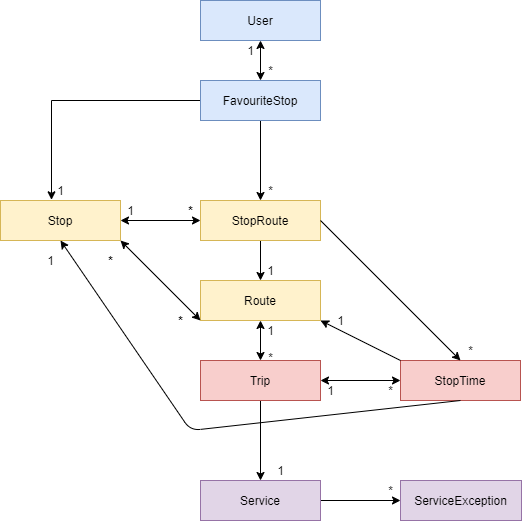
This is content/diagram.png from danielholmes839/OC-Transpo-GraphQL, a draw.io export, as it was before one commit. Source tidied: cells renumbered, new cells last; positions are measured from the earlier drawing's top-left corner, leaving out a move shared by most shapes. The source it was exported from:
```xml
<mxGraphModel>
  <root>
    <mxCell id="0" />
    <mxCell id="1" parent="0" />
    <mxCell id="2" value="User" style="rounded=0;whiteSpace=wrap;html=1;fillColor=#dae8fc;strokeColor=#6c8ebf;" parent="1" vertex="1">
      <mxGeometry x="200" width="120" height="40" as="geometry" />
    </mxCell>
    <mxCell id="3" style="edgeStyle=orthogonalEdgeStyle;rounded=0;jettySize=auto;html=1;exitX=0;exitY=0.5;exitDx=0;exitDy=0;entryX=0.425;entryY=-0.017;entryDx=0;entryDy=0;entryPerimeter=0;" parent="1" edge="1" source="5" target="10">
      <mxGeometry relative="1" as="geometry" />
    </mxCell>
    <mxCell id="4" style="edgeStyle=orthogonalEdgeStyle;rounded=0;jettySize=auto;html=1;exitX=0.5;exitY=1;exitDx=0;exitDy=0;entryX=0.5;entryY=0;entryDx=0;entryDy=0;" parent="1" edge="1" source="5" target="9">
      <mxGeometry relative="1" as="geometry" />
    </mxCell>
    <mxCell id="5" value="FavouriteStop" style="rounded=0;whiteSpace=wrap;html=1;fillColor=#dae8fc;strokeColor=#6c8ebf;" parent="1" vertex="1">
      <mxGeometry x="200" y="80" width="120" height="40" as="geometry" />
    </mxCell>
    <mxCell id="6" value="*&lt;br&gt;" style="text;html=1;align=center;verticalAlign=middle;" parent="1" vertex="1">
      <mxGeometry x="260" y="60" width="20" height="20" as="geometry" />
    </mxCell>
    <mxCell id="7" value="1&lt;br&gt;" style="text;html=1;align=center;verticalAlign=middle;" parent="1" vertex="1">
      <mxGeometry x="240" y="40" width="20" height="20" as="geometry" />
    </mxCell>
    <mxCell id="8" style="edgeStyle=orthogonalEdgeStyle;rounded=0;jettySize=auto;html=1;exitX=0.5;exitY=1;exitDx=0;exitDy=0;entryX=0.5;entryY=0;entryDx=0;entryDy=0;" parent="1" edge="1" source="9" target="11">
      <mxGeometry relative="1" as="geometry" />
    </mxCell>
    <mxCell id="9" value="StopRoute" style="rounded=0;whiteSpace=wrap;html=1;fillColor=#fff2cc;strokeColor=#d6b656;" parent="1" vertex="1">
      <mxGeometry x="200" y="200" width="120" height="40" as="geometry" />
    </mxCell>
    <mxCell id="10" value="Stop" style="rounded=0;whiteSpace=wrap;html=1;fillColor=#fff2cc;strokeColor=#d6b656;" parent="1" vertex="1">
      <mxGeometry y="200" width="120" height="40" as="geometry" />
    </mxCell>
    <mxCell id="11" value="Route" style="rounded=0;whiteSpace=wrap;html=1;fillColor=#fff2cc;strokeColor=#d6b656;" parent="1" vertex="1">
      <mxGeometry x="200" y="280" width="120" height="40" as="geometry" />
    </mxCell>
    <mxCell id="12" value="1&lt;br&gt;" style="text;html=1;align=center;verticalAlign=middle;" parent="1" vertex="1">
      <mxGeometry x="120" y="200" width="20" height="20" as="geometry" />
    </mxCell>
    <mxCell id="13" style="endArrow=classic;startArrow=classic;html=1;exitX=1;exitY=0.5;exitDx=0;exitDy=0;entryX=0;entryY=0.5;entryDx=0;entryDy=0;" parent="1" edge="1" source="10" target="9">
      <mxGeometry relative="1" as="geometry" />
    </mxCell>
    <mxCell id="14" value="&lt;b&gt;*&lt;/b&gt;" style="text;html=1;align=center;verticalAlign=middle;" parent="1" vertex="1">
      <mxGeometry x="180" y="200" width="20" height="20" as="geometry" />
    </mxCell>
    <mxCell id="15" style="endArrow=classic;startArrow=classic;html=1;entryX=1;entryY=1;entryDx=0;entryDy=0;exitX=0;exitY=1;exitDx=0;exitDy=0;" parent="1" edge="1" source="11" target="10">
      <mxGeometry relative="1" as="geometry" />
    </mxCell>
    <mxCell id="16" value="&lt;b&gt;*&lt;/b&gt;" style="text;html=1;align=center;verticalAlign=middle;" parent="1" vertex="1">
      <mxGeometry x="100" y="250" width="20" height="20" as="geometry" />
    </mxCell>
    <mxCell id="17" value="&lt;b&gt;*&lt;/b&gt;" style="text;html=1;align=center;verticalAlign=middle;" parent="1" vertex="1">
      <mxGeometry x="170" y="310" width="20" height="20" as="geometry" />
    </mxCell>
    <mxCell id="18" style="edgeStyle=orthogonalEdgeStyle;rounded=0;jettySize=auto;html=1;exitX=0.5;exitY=1;exitDx=0;exitDy=0;entryX=0.5;entryY=0;entryDx=0;entryDy=0;" parent="1" edge="1" source="19" target="37">
      <mxGeometry relative="1" as="geometry" />
    </mxCell>
    <mxCell id="19" value="Trip" style="rounded=0;whiteSpace=wrap;html=1;fillColor=#f8cecc;strokeColor=#b85450;" parent="1" vertex="1">
      <mxGeometry x="200" y="360" width="120" height="40" as="geometry" />
    </mxCell>
    <mxCell id="20" style="endArrow=classic;startArrow=classic;html=1;exitX=0.5;exitY=1;exitDx=0;exitDy=0;entryX=0.5;entryY=0;entryDx=0;entryDy=0;" parent="1" edge="1" source="11" target="19">
      <mxGeometry relative="1" as="geometry" />
    </mxCell>
    <mxCell id="21" value="1" style="text;html=1;align=center;verticalAlign=middle;" parent="1" vertex="1">
      <mxGeometry x="260" y="320" width="20" height="20" as="geometry" />
    </mxCell>
    <mxCell id="22" value="*" style="text;html=1;align=center;verticalAlign=middle;" parent="1" vertex="1">
      <mxGeometry x="260" y="347" width="20" height="20" as="geometry" />
    </mxCell>
    <mxCell id="23" value="*" style="text;html=1;align=center;verticalAlign=middle;" parent="1" vertex="1">
      <mxGeometry x="260" y="180" width="20" height="20" as="geometry" />
    </mxCell>
    <mxCell id="24" value="StopTime" style="rounded=0;whiteSpace=wrap;html=1;fillColor=#f8cecc;strokeColor=#b85450;" parent="1" vertex="1">
      <mxGeometry x="400" y="360" width="120" height="40" as="geometry" />
    </mxCell>
    <mxCell id="25" style="endArrow=classic;startArrow=classic;html=1;entryX=0;entryY=0.5;entryDx=0;entryDy=0;exitX=1;exitY=0.5;exitDx=0;exitDy=0;" parent="1" edge="1" source="19" target="24">
      <mxGeometry relative="1" as="geometry" />
    </mxCell>
    <mxCell id="26" value="*" style="text;html=1;align=center;verticalAlign=middle;" parent="1" vertex="1">
      <mxGeometry x="380" y="380" width="20" height="20" as="geometry" />
    </mxCell>
    <mxCell id="27" value="1" style="text;html=1;align=center;verticalAlign=middle;" parent="1" vertex="1">
      <mxGeometry x="320" y="380" width="20" height="20" as="geometry" />
    </mxCell>
    <mxCell id="28" value="1" style="text;html=1;align=center;verticalAlign=middle;" parent="1" vertex="1">
      <mxGeometry x="330" y="310" width="20" height="20" as="geometry" />
    </mxCell>
    <mxCell id="29" style="endArrow=classic;html=1;exitX=0;exitY=0;exitDx=0;exitDy=0;" parent="1" edge="1" source="24">
      <mxGeometry relative="1" as="geometry">
        <mxPoint x="320" y="320" as="targetPoint" />
      </mxGeometry>
    </mxCell>
    <mxCell id="30" style="endArrow=none;startArrow=classic;html=1;entryX=0.5;entryY=1;entryDx=0;entryDy=0;exitX=0.5;exitY=1;exitDx=0;exitDy=0;endFill=0;" parent="1" edge="1" source="10" target="24">
      <mxGeometry relative="1" as="geometry">
        <Array as="points">
          <mxPoint x="190" y="430" />
        </Array>
      </mxGeometry>
    </mxCell>
    <mxCell id="31" value="1" style="text;html=1;align=center;verticalAlign=middle;" parent="1" vertex="1">
      <mxGeometry x="40" y="250" width="20" height="20" as="geometry" />
    </mxCell>
    <mxCell id="32" style="endArrow=classic;html=1;exitX=1;exitY=0.5;exitDx=0;exitDy=0;entryX=0.5;entryY=0;entryDx=0;entryDy=0;" parent="1" edge="1" source="9" target="24">
      <mxGeometry relative="1" as="geometry" />
    </mxCell>
    <mxCell id="33" value="*" style="text;html=1;align=center;verticalAlign=middle;" parent="1" vertex="1">
      <mxGeometry x="460" y="340" width="20" height="20" as="geometry" />
    </mxCell>
    <mxCell id="34" value="1" style="text;html=1;align=center;verticalAlign=middle;" parent="1" vertex="1">
      <mxGeometry x="260" y="260" width="20" height="20" as="geometry" />
    </mxCell>
    <mxCell id="35" value="1" style="text;html=1;align=center;verticalAlign=middle;" parent="1" vertex="1">
      <mxGeometry x="50" y="180" width="20" height="20" as="geometry" />
    </mxCell>
    <mxCell id="36" style="edgeStyle=orthogonalEdgeStyle;rounded=0;jettySize=auto;html=1;exitX=1;exitY=0.5;exitDx=0;exitDy=0;entryX=0;entryY=0.5;entryDx=0;entryDy=0;" parent="1" edge="1" source="37" target="38">
      <mxGeometry relative="1" as="geometry" />
    </mxCell>
    <mxCell id="37" value="Service" style="rounded=0;whiteSpace=wrap;html=1;fillColor=#e1d5e7;strokeColor=#9673a6;" parent="1" vertex="1">
      <mxGeometry x="200" y="480" width="120" height="40" as="geometry" />
    </mxCell>
    <mxCell id="38" value="ServiceException" style="rounded=0;whiteSpace=wrap;html=1;fillColor=#e1d5e7;strokeColor=#9673a6;" parent="1" vertex="1">
      <mxGeometry x="400" y="480" width="121" height="40" as="geometry" />
    </mxCell>
    <mxCell id="39" value="*&lt;br&gt;" style="text;html=1;align=center;verticalAlign=middle;" parent="1" vertex="1">
      <mxGeometry x="380" y="480" width="20" height="20" as="geometry" />
    </mxCell>
    <mxCell id="40" style="endArrow=classic;startArrow=classic;html=1;exitX=0.5;exitY=0;exitDx=0;exitDy=0;entryX=0.5;entryY=1;entryDx=0;entryDy=0;" parent="1" edge="1" source="5" target="2">
      <mxGeometry relative="1" as="geometry" />
    </mxCell>
    <mxCell id="41" value="1" style="text;html=1;align=center;verticalAlign=middle;" parent="1" vertex="1">
      <mxGeometry x="270" y="460" width="20" height="20" as="geometry" />
    </mxCell>
  </root>
</mxGraphModel>
```
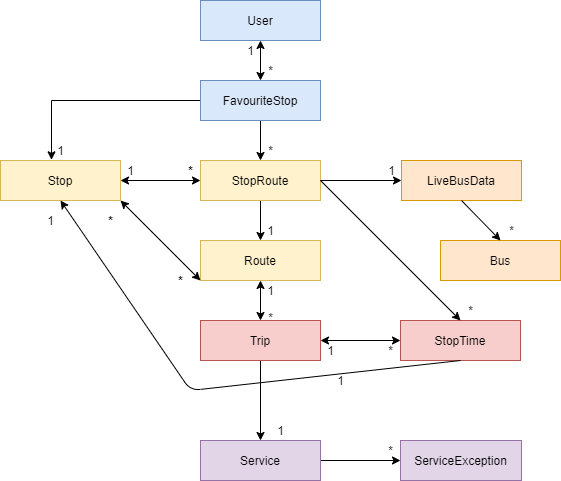
After the commit.

Diff of the diagram source:
```diff
@@ -3,7 +3,7 @@
     <mxCell id="0" />
     <mxCell id="1" parent="0" />
     <mxCell id="2" value="User" style="rounded=0;whiteSpace=wrap;html=1;fillColor=#dae8fc;strokeColor=#6c8ebf;" parent="1" vertex="1">
-      <mxGeometry x="200" width="120" height="40" as="geometry" />
+      <mxGeometry x="200" y="40" width="120" height="40" as="geometry" />
     </mxCell>
     <mxCell id="3" style="edgeStyle=orthogonalEdgeStyle;rounded=0;jettySize=auto;html=1;exitX=0;exitY=0.5;exitDx=0;exitDy=0;entryX=0.425;entryY=-0.017;entryDx=0;entryDy=0;entryPerimeter=0;" parent="1" edge="1" source="5" target="10">
       <mxGeometry relative="1" as="geometry" />
@@ -12,13 +12,13 @@
       <mxGeometry relative="1" as="geometry" />
     </mxCell>
     <mxCell id="5" value="FavouriteStop" style="rounded=0;whiteSpace=wrap;html=1;fillColor=#dae8fc;strokeColor=#6c8ebf;" parent="1" vertex="1">
-      <mxGeometry x="200" y="80" width="120" height="40" as="geometry" />
+      <mxGeometry x="200" y="120" width="120" height="40" as="geometry" />
     </mxCell>
     <mxCell id="6" value="*&lt;br&gt;" style="text;html=1;align=center;verticalAlign=middle;" parent="1" vertex="1">
-      <mxGeometry x="260" y="60" width="20" height="20" as="geometry" />
+      <mxGeometry x="260" y="100" width="20" height="20" as="geometry" />
     </mxCell>
     <mxCell id="7" value="1&lt;br&gt;" style="text;html=1;align=center;verticalAlign=middle;" parent="1" vertex="1">
-      <mxGeometry x="240" y="40" width="20" height="20" as="geometry" />
+      <mxGeometry x="240" y="80" width="20" height="20" as="geometry" />
     </mxCell>
     <mxCell id="8" style="edgeStyle=orthogonalEdgeStyle;rounded=0;jettySize=auto;html=1;exitX=0.5;exitY=1;exitDx=0;exitDy=0;entryX=0.5;entryY=0;entryDx=0;entryDy=0;" parent="1" edge="1" source="9" target="11">
       <mxGeometry relative="1" as="geometry" />
@@ -80,14 +80,9 @@
     <mxCell id="27" value="1" style="text;html=1;align=center;verticalAlign=middle;" parent="1" vertex="1">
       <mxGeometry x="320" y="380" width="20" height="20" as="geometry" />
     </mxCell>
-    <mxCell id="28" value="1" style="text;html=1;align=center;verticalAlign=middle;" parent="1" vertex="1">
-      <mxGeometry x="330" y="310" width="20" height="20" as="geometry" />
-    </mxCell>
-    <mxCell id="29" style="endArrow=classic;html=1;exitX=0;exitY=0;exitDx=0;exitDy=0;" parent="1" edge="1" source="24">
-      <mxGeometry relative="1" as="geometry">
-        <mxPoint x="320" y="320" as="targetPoint" />
-      </mxGeometry>
-    </mxCell>
+    <mxCell id="42" value="1" style="text;html=1;align=center;verticalAlign=middle;" parent="1" vertex="1">
+      <mxGeometry x="330" y="410" width="20" height="20" as="geometry" />
+    </mxCell>
     <mxCell id="30" style="endArrow=none;startArrow=classic;html=1;entryX=0.5;entryY=1;entryDx=0;entryDy=0;exitX=0.5;exitY=1;exitDx=0;exitDy=0;endFill=0;" parent="1" edge="1" source="10" target="24">
       <mxGeometry relative="1" as="geometry">
         <Array as="points">
@@ -128,5 +123,23 @@
     <mxCell id="41" value="1" style="text;html=1;align=center;verticalAlign=middle;" parent="1" vertex="1">
       <mxGeometry x="270" y="460" width="20" height="20" as="geometry" />
     </mxCell>
+    <mxCell id="43" style="endArrow=classic;html=1;exitX=1;exitY=0.5;exitDx=0;exitDy=0;entryX=0;entryY=0.5;entryDx=0;entryDy=0;" parent="1" edge="1" source="9" target="44">
+      <mxGeometry relative="1" as="geometry" />
+    </mxCell>
+    <mxCell id="44" value="LiveBusData" style="rounded=0;whiteSpace=wrap;html=1;fillColor=#ffe6cc;strokeColor=#d79b00;" parent="1" vertex="1">
+      <mxGeometry x="401" y="200" width="120" height="40" as="geometry" />
+    </mxCell>
+    <mxCell id="45" value="Bus" style="rounded=0;whiteSpace=wrap;html=1;fillColor=#ffe6cc;strokeColor=#d79b00;" parent="1" vertex="1">
+      <mxGeometry x="440" y="280" width="120" height="40" as="geometry" />
+    </mxCell>
+    <mxCell id="46" style="endArrow=classic;html=1;exitX=0.5;exitY=1;exitDx=0;exitDy=0;entryX=0.5;entryY=0;entryDx=0;entryDy=0;" parent="1" edge="1" source="44" target="45">
+      <mxGeometry relative="1" as="geometry" />
+    </mxCell>
+    <mxCell id="47" value="*" style="text;html=1;align=center;verticalAlign=middle;" parent="1" vertex="1">
+      <mxGeometry x="501" y="260" width="20" height="20" as="geometry" />
+    </mxCell>
+    <mxCell id="48" value="1" style="text;html=1;align=center;verticalAlign=middle;" parent="1" vertex="1">
+      <mxGeometry x="381" y="200" width="20" height="20" as="geometry" />
+    </mxCell>
   </root>
 </mxGraphModel>
```
